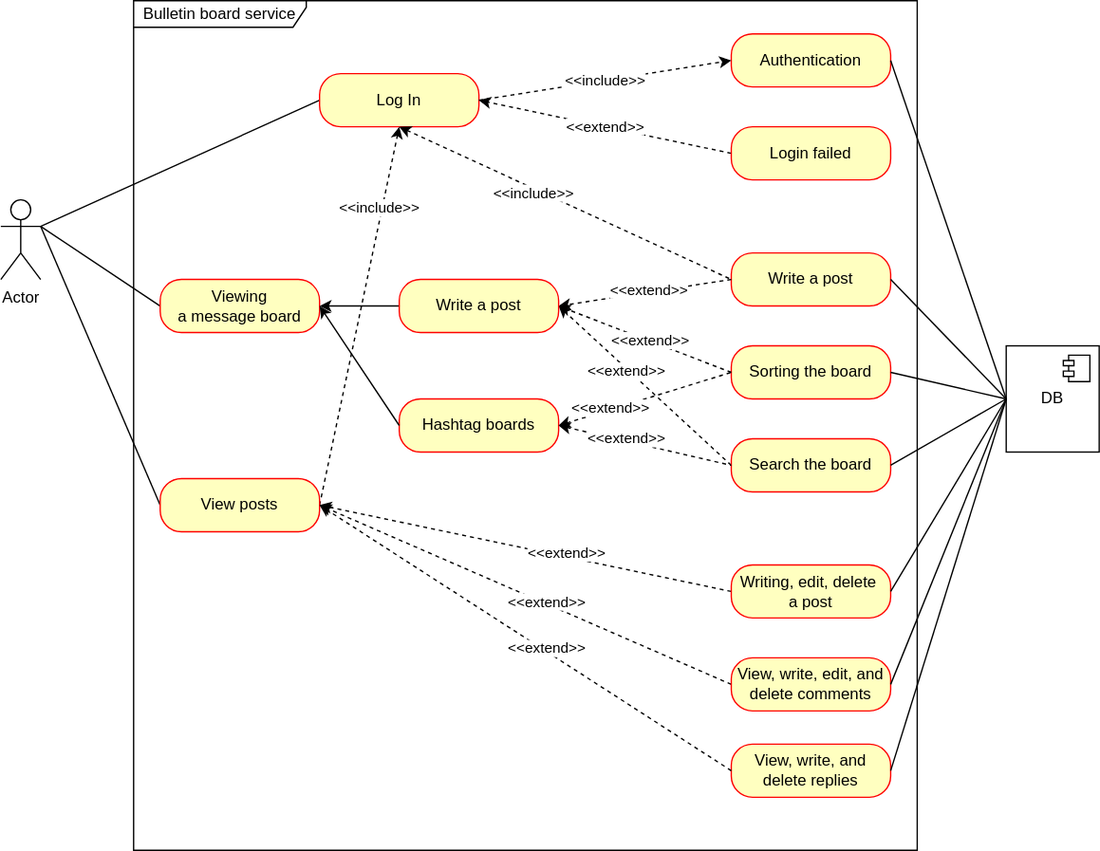
myprinciples40/MyPortfolio keeps this draw.io diagram as folder/projects/Course Project/Bulletin board service/document/use-case.svg. Above is the earlier version. Source tidied: cells renumbered, new cells last; positions are measured from the earlier drawing's top-left corner, leaving out a move shared by most shapes.
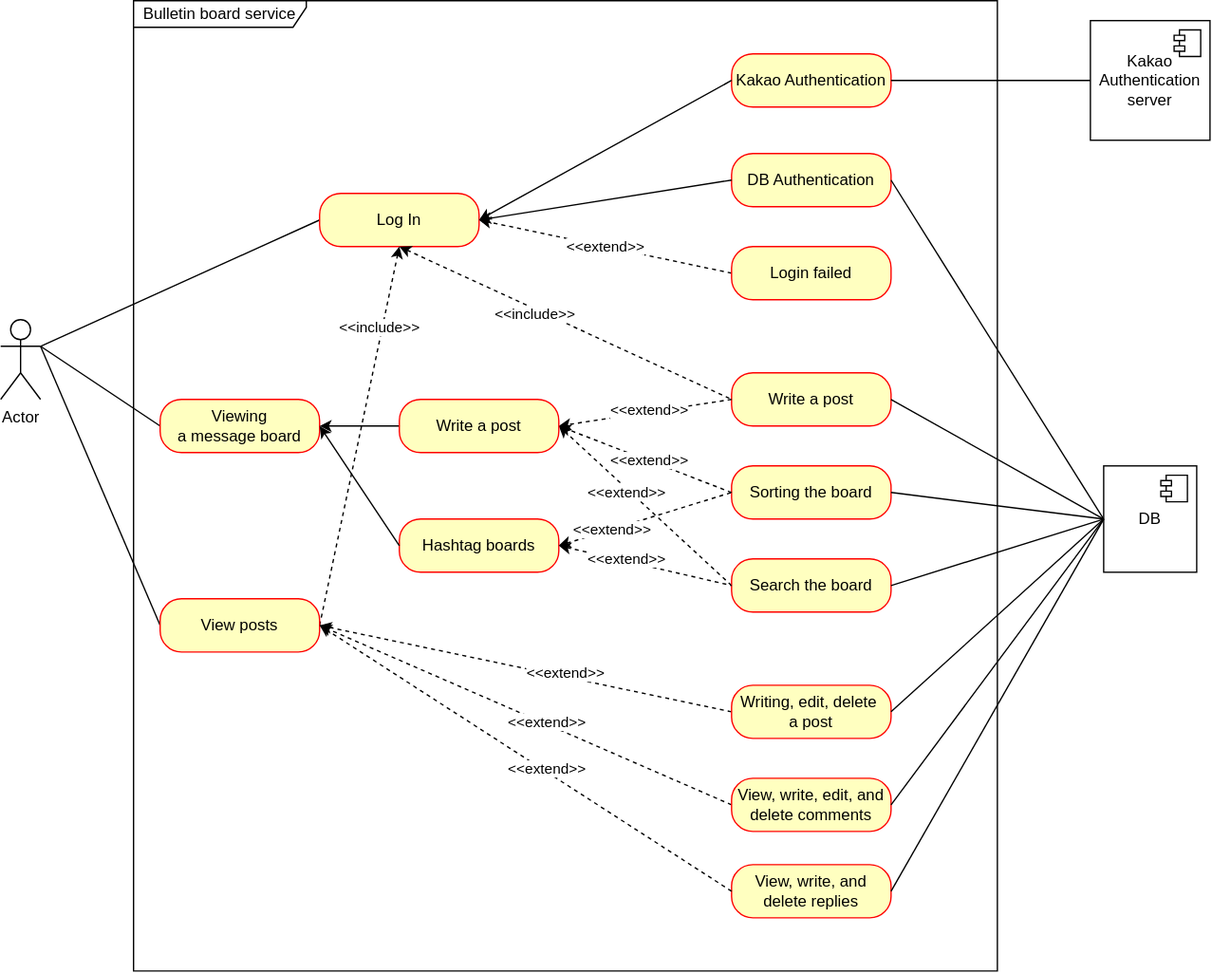
After the change.

Commit message:
#67- use-case.svg: Add a Kakao Authentication use case

What changed in the source:
```diff
@@ -6,7 +6,7 @@
       <mxGeometry y="150" width="30" height="60" as="geometry" />
     </mxCell>
     <mxCell id="3" value="Bulletin board service" style="shape=umlFrame;whiteSpace=wrap;html=1;width=130;height=20;" parent="1" vertex="1">
-      <mxGeometry x="100" width="590" height="640" as="geometry" />
+      <mxGeometry x="100" y="-90" width="650" height="730" as="geometry" />
     </mxCell>
     <mxCell id="4" style="rounded=0;jettySize=auto;html=1;exitX=0;exitY=0.5;exitDx=0;exitDy=0;endArrow=none;endFill=0;entryX=1;entryY=0.3333333333333333;entryDx=0;entryDy=0;entryPerimeter=0;" parent="1" edge="1" source="5" target="2">
       <mxGeometry relative="1" as="geometry" />
@@ -32,7 +32,7 @@
     <mxCell id="11" value="View posts" style="rounded=1;whiteSpace=wrap;html=1;arcSize=40;fontColor=#000000;fillColor=#ffffc0;strokeColor=#ff0000;" parent="1" vertex="1">
       <mxGeometry x="120" y="360" width="120" height="40" as="geometry" />
     </mxCell>
-    <mxCell id="12" value="Authentication" style="rounded=1;whiteSpace=wrap;html=1;arcSize=40;fontColor=#000000;fillColor=#ffffc0;strokeColor=#ff0000;" parent="1" vertex="1">
+    <mxCell id="12" value="DB Authentication" style="rounded=1;whiteSpace=wrap;html=1;arcSize=40;fontColor=#000000;fillColor=#ffffc0;strokeColor=#ff0000;" parent="1" vertex="1">
       <mxGeometry x="550" y="25" width="120" height="40" as="geometry" />
     </mxCell>
     <mxCell id="13" value="&amp;lt;&amp;lt;extend&amp;gt;&amp;gt;" style="rounded=0;jettySize=auto;html=1;exitX=0;exitY=0.5;exitDx=0;exitDy=0;entryX=1;entryY=0.5;entryDx=0;entryDy=0;dashed=1;endArrow=classic;endFill=1;" parent="1" edge="1" source="14" target="5">
@@ -72,7 +72,7 @@
       <mxGeometry x="550" y="495" width="120" height="40" as="geometry" />
     </mxCell>
     <mxCell id="25" value="DB" style="html=1;whiteSpace=wrap;" parent="1" vertex="1">
-      <mxGeometry x="757" y="260" width="70" height="80" as="geometry" />
+      <mxGeometry x="830" y="260" width="70" height="80" as="geometry" />
     </mxCell>
     <mxCell id="26" style="shape=module;jettyWidth=8;jettyHeight=4;" parent="25" vertex="1">
       <mxGeometry x="1" width="20" height="20" relative="1" as="geometry">
@@ -91,7 +91,7 @@
     <mxCell id="30" style="rounded=0;jettySize=auto;html=1;exitX=0;exitY=0.5;exitDx=0;exitDy=0;entryX=1;entryY=0.5;entryDx=0;entryDy=0;" parent="1" edge="1" source="36" target="7">
       <mxGeometry relative="1" as="geometry" />
     </mxCell>
-    <mxCell id="31" value="&amp;lt;&amp;lt;include&amp;gt;&amp;gt;" style="rounded=0;jettySize=auto;html=1;exitX=1;exitY=0.5;exitDx=0;exitDy=0;entryX=0;entryY=0.5;entryDx=0;entryDy=0;dashed=1;endArrow=classic;endFill=1;" parent="1" edge="1" source="5" target="12">
+    <mxCell id="31" style="rounded=0;jettySize=auto;html=1;exitX=1;exitY=0.5;exitDx=0;exitDy=0;entryX=0;entryY=0.5;entryDx=0;entryDy=0;endArrow=none;endFill=0;startArrow=classic;startFill=1;" parent="1" edge="1" source="5" target="12">
       <mxGeometry relative="1" as="geometry" />
     </mxCell>
     <mxCell id="32" style="endArrow=none;dashed=1;html=1;rounded=0;exitX=0.5;exitY=1;exitDx=0;exitDy=0;startArrow=classic;startFill=1;entryX=0;entryY=0.5;entryDx=0;entryDy=0;" parent="1" edge="1" source="5" target="27">
@@ -159,5 +159,22 @@
     <mxCell id="52" style="endArrow=none;html=1;rounded=0;entryX=0;entryY=0.5;entryDx=0;entryDy=0;exitX=1;exitY=0.5;exitDx=0;exitDy=0;" parent="1" edge="1" source="12" target="25">
       <mxGeometry relative="1" as="geometry" />
     </mxCell>
+    <mxCell id="53" value="Kakao Authentication" style="rounded=1;whiteSpace=wrap;html=1;arcSize=40;fontColor=#000000;fillColor=#ffffc0;strokeColor=#ff0000;" parent="1" vertex="1">
+      <mxGeometry x="550" y="-50" width="120" height="40" as="geometry" />
+    </mxCell>
+    <mxCell id="54" value="Kakao&lt;br&gt;Authentication&lt;br&gt;server" style="html=1;whiteSpace=wrap;" parent="1" vertex="1">
+      <mxGeometry x="820" y="-75" width="90" height="90" as="geometry" />
+    </mxCell>
+    <mxCell id="55" style="shape=module;jettyWidth=8;jettyHeight=4;" parent="54" vertex="1">
+      <mxGeometry x="1" width="20" height="20" relative="1" as="geometry">
+        <mxPoint x="-27" y="7" as="offset" />
+      </mxGeometry>
+    </mxCell>
+    <mxCell id="56" style="endArrow=none;html=1;rounded=0;entryX=0;entryY=0.5;entryDx=0;entryDy=0;exitX=1;exitY=0.5;exitDx=0;exitDy=0;" parent="1" edge="1" source="53" target="54">
+      <mxGeometry relative="1" as="geometry" />
+    </mxCell>
+    <mxCell id="57" style="endArrow=none;html=1;rounded=0;entryX=0;entryY=0.5;entryDx=0;entryDy=0;exitX=1;exitY=0.5;exitDx=0;exitDy=0;startArrow=classic;startFill=1;" parent="1" edge="1" source="5" target="53">
+      <mxGeometry relative="1" as="geometry" />
+    </mxCell>
   </root>
 </mxGraphModel>
```
